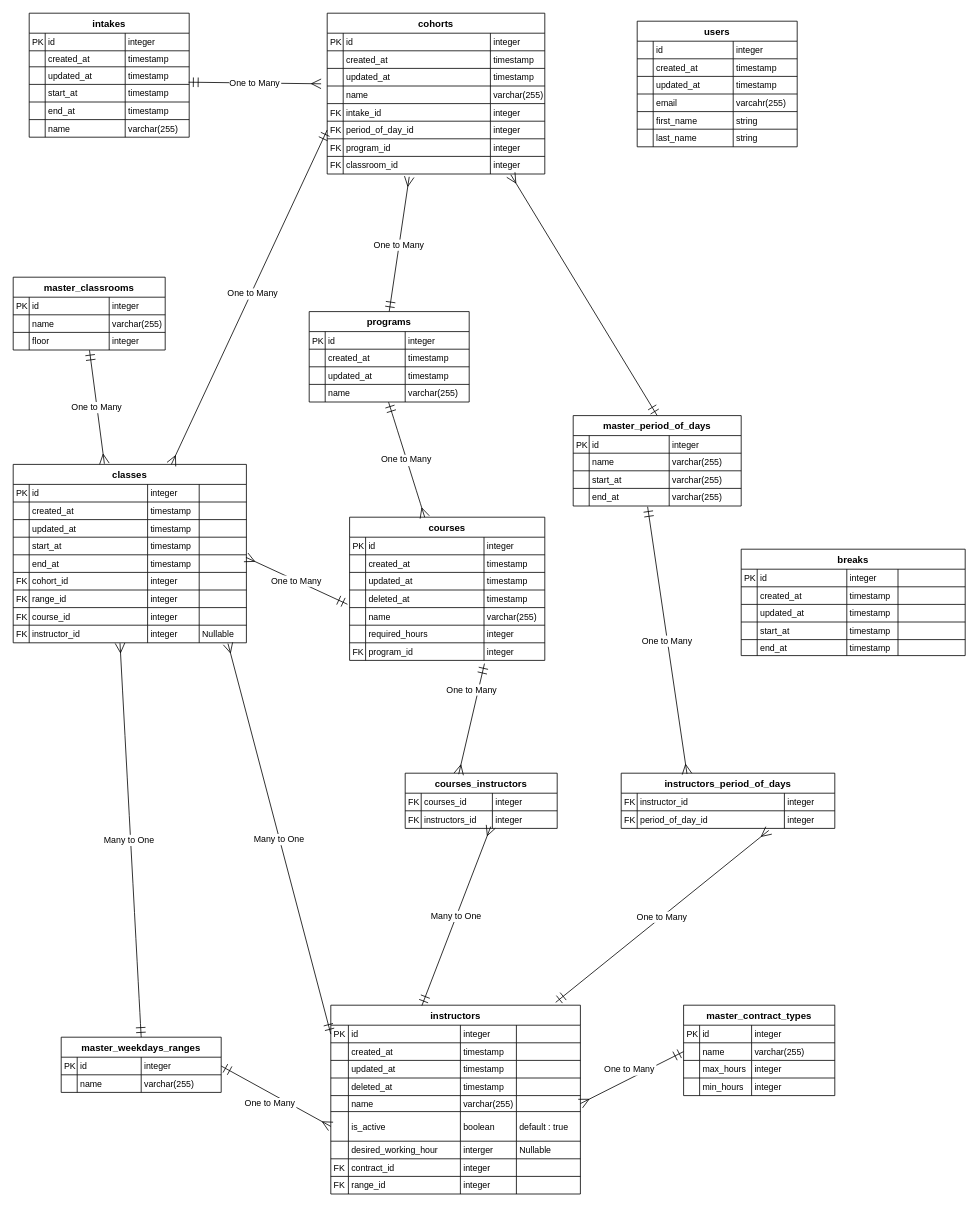
kanta1207/program-schedular-app keeps this draw.io diagram as docs/backend/database/ERD.drawio. Above is the earlier version. Source tidied: cells renumbered, new cells numbered last; positions are measured from the earlier drawing's top-left corner, leaving out a move shared by most shapes. Both pictures are drawn from the tidied source at 80%, with x=0, y=0 at pixel (13, 13).
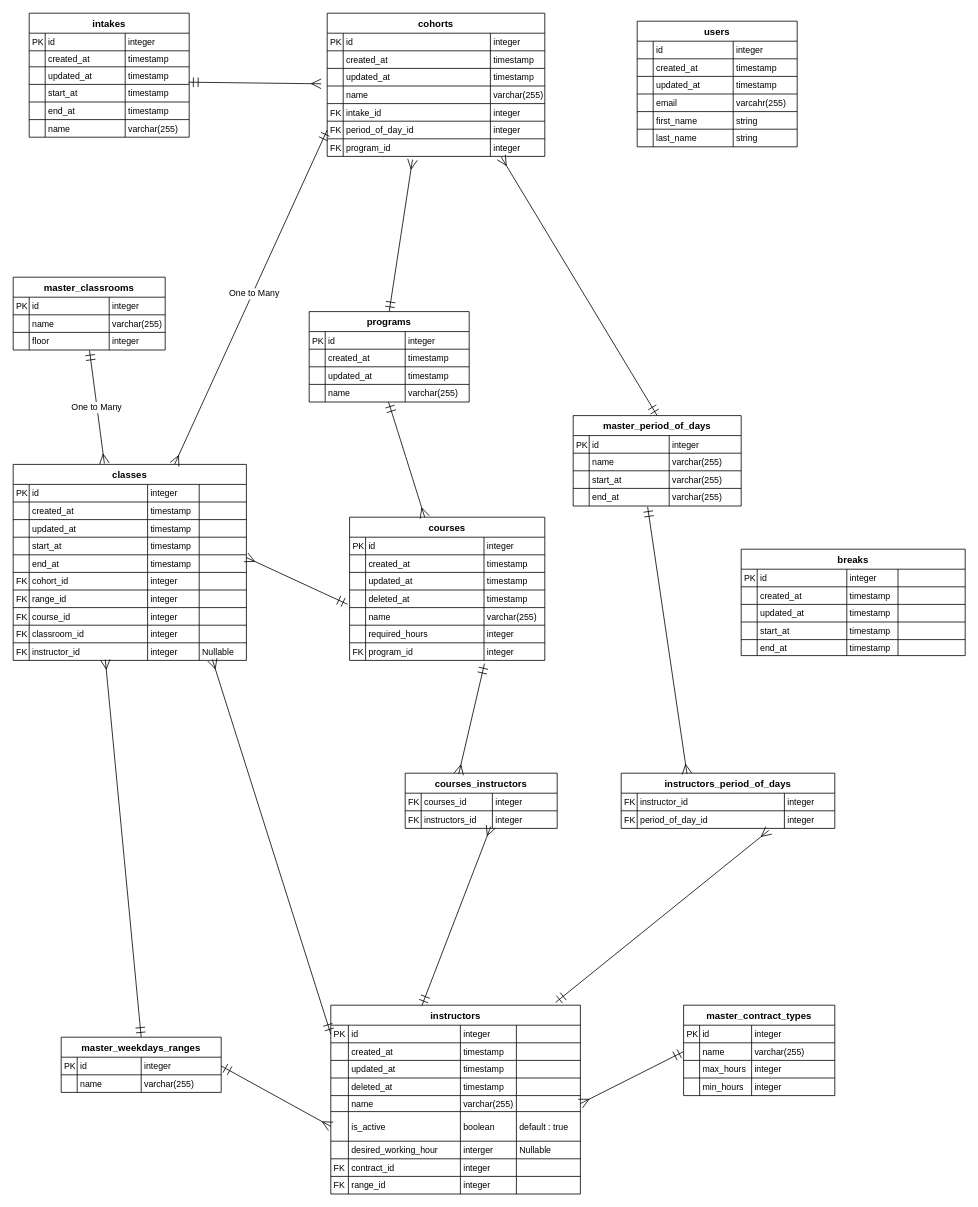
Above is the later version.

Commit message:
fix : add classroom id to classes, remove it from cohorts

The change refers to these unchanged cells:
```xml
<mxCell id="15" style="shape=tableRow;horizontal=0;startSize=0;swimlaneHead=0;swimlaneBody=0;fillColor=none;points=[[0,0.5],[1,0.5]];portConstraint=eastwest;top=0;left=0;right=0;bottom=0;" parent="2" vertex="1">
  <mxGeometry y="89" width="200" height="22" as="geometry" />
</mxCell>
<mxCell id="40" style="shape=tableRow;horizontal=0;startSize=0;swimlaneHead=0;swimlaneBody=0;fillColor=none;points=[[0,0.5],[1,0.5]];portConstraint=eastwest;top=0;left=0;right=0;bottom=0;" parent="27" vertex="1">
  <mxGeometry y="91" width="272" height="22" as="geometry" />
</mxCell>
<mxCell id="52" style="shape=tableRow;horizontal=0;startSize=0;swimlaneHead=0;swimlaneBody=0;fillColor=none;points=[[0,0.5],[1,0.5]];portConstraint=eastwest;top=0;left=0;right=0;bottom=0;" parent="27" vertex="1">
  <mxGeometry y="157" width="272" height="22" as="geometry" />
</mxCell>
<mxCell id="60" value="programs" style="shape=table;startSize=25;childLayout=tableLayout;rowLines=1;fontStyle=1;align=center;" parent="1" vertex="1">
  <mxGeometry x="370" y="373" width="200" height="113" as="geometry" />
</mxCell>
<mxCell id="98" style="shape=tableRow;horizontal=0;startSize=0;swimlaneHead=0;swimlaneBody=0;fillColor=none;points=[[0,0.5],[1,0.5]];portConstraint=eastwest;top=0;left=0;right=0;bottom=0;" parent="77" vertex="1">
  <mxGeometry y="113" width="291.5" height="22" as="geometry" />
</mxCell>
<mxCell id="123" value="courses" style="shape=table;startSize=25;childLayout=tableLayout;rowLines=1;fontStyle=1;align=center;" parent="1" vertex="1">
  <mxGeometry x="420.5" y="630" width="244" height="179" as="geometry" />
</mxCell>
<mxCell id="140" style="shape=tableRow;horizontal=0;startSize=0;swimlaneHead=0;swimlaneBody=0;fillColor=none;points=[[0,0.5],[1,0.5]];portConstraint=eastwest;top=0;left=0;right=0;bottom=0;" parent="123" vertex="1">
  <mxGeometry y="113" width="244" height="22" as="geometry" />
</mxCell>
<mxCell id="148" style="shape=tableRow;horizontal=0;startSize=0;swimlaneHead=0;swimlaneBody=0;fillColor=none;points=[[0,0.5],[1,0.5]];portConstraint=eastwest;top=0;left=0;right=0;bottom=0;" parent="123" vertex="1">
  <mxGeometry y="157" width="244" height="22" as="geometry" />
</mxCell>
<mxCell id="165" value="instructors" style="shape=table;startSize=25;childLayout=tableLayout;rowLines=1;fontStyle=1;align=center;" parent="1" vertex="1">
  <mxGeometry x="397" y="1240" width="312" height="236" as="geometry" />
</mxCell>
<mxCell id="166" style="shape=tableRow;horizontal=0;startSize=0;swimlaneHead=0;swimlaneBody=0;fillColor=none;points=[[0,0.5],[1,0.5]];portConstraint=eastwest;top=0;left=0;right=0;bottom=0;" parent="165" vertex="1">
  <mxGeometry y="25" width="312" height="22" as="geometry" />
</mxCell>
<mxCell id="186" style="shape=tableRow;horizontal=0;startSize=0;swimlaneHead=0;swimlaneBody=0;fillColor=none;points=[[0,0.5],[1,0.5]];portConstraint=eastwest;top=0;left=0;right=0;bottom=0;" parent="165" vertex="1">
  <mxGeometry y="113" width="312" height="20" as="geometry" />
</mxCell>
<mxCell id="191" style="shape=tableRow;horizontal=0;startSize=0;swimlaneHead=0;swimlaneBody=0;fillColor=none;points=[[0,0.5],[1,0.5]];portConstraint=eastwest;top=0;left=0;right=0;bottom=0;" parent="165" vertex="1">
  <mxGeometry y="133" width="312" height="37" as="geometry" />
</mxCell>
<mxCell id="211" value="courses_instructors" style="shape=table;startSize=25;childLayout=tableLayout;rowLines=1;fontStyle=1;align=center;" parent="1" vertex="1">
  <mxGeometry x="490" y="950" width="190" height="69" as="geometry" />
</mxCell>
<mxCell id="216" style="shape=tableRow;horizontal=0;startSize=0;swimlaneHead=0;swimlaneBody=0;fillColor=none;points=[[0,0.5],[1,0.5]];portConstraint=eastwest;top=0;left=0;right=0;bottom=0;" parent="211" vertex="1">
  <mxGeometry y="47" width="190" height="22" as="geometry" />
</mxCell>
<mxCell id="220" value="master_period_of_days" style="shape=table;startSize=25;childLayout=tableLayout;rowLines=1;fontStyle=1;align=center;" parent="1" vertex="1">
  <mxGeometry x="700" y="503" width="210" height="113" as="geometry" />
</mxCell>
<mxCell id="233" style="shape=tableRow;horizontal=0;startSize=0;swimlaneHead=0;swimlaneBody=0;fillColor=none;points=[[0,0.5],[1,0.5]];portConstraint=eastwest;top=0;left=0;right=0;bottom=0;" parent="220" vertex="1">
  <mxGeometry y="91" width="210" height="22" as="geometry" />
</mxCell>
<mxCell id="237" value="instructors_period_of_days" style="shape=table;startSize=25;childLayout=tableLayout;rowLines=1;fontStyle=1;align=center;" parent="1" vertex="1">
  <mxGeometry x="760" y="950" width="267" height="69" as="geometry" />
</mxCell>
<mxCell id="242" style="shape=tableRow;horizontal=0;startSize=0;swimlaneHead=0;swimlaneBody=0;fillColor=none;points=[[0,0.5],[1,0.5]];portConstraint=eastwest;top=0;left=0;right=0;bottom=0;" parent="237" vertex="1">
  <mxGeometry y="47" width="267" height="22" as="geometry" />
</mxCell>
<mxCell id="251" style="shape=tableRow;horizontal=0;startSize=0;swimlaneHead=0;swimlaneBody=0;fillColor=none;points=[[0,0.5],[1,0.5]];portConstraint=eastwest;top=0;left=0;right=0;bottom=0;" parent="246" vertex="1">
  <mxGeometry y="47" width="189" height="22" as="geometry" />
</mxCell>
<mxCell id="263" value="master_weekdays_ranges" style="shape=table;startSize=25;childLayout=tableLayout;rowLines=1;fontStyle=1;align=center;" parent="1" vertex="1">
  <mxGeometry x="60" y="1280" width="200" height="69" as="geometry" />
</mxCell>
<mxCell id="264" style="shape=tableRow;horizontal=0;startSize=0;swimlaneHead=0;swimlaneBody=0;fillColor=none;points=[[0,0.5],[1,0.5]];portConstraint=eastwest;top=0;left=0;right=0;bottom=0;" parent="263" vertex="1">
  <mxGeometry y="25" width="200" height="22" as="geometry" />
</mxCell>
```

Change to the diagram source:
```diff
@@
     <mxCell id="27" value="cohorts" style="shape=table;startSize=25;childLayout=tableLayout;rowLines=1;fontStyle=1;align=center;" parent="1" vertex="1">
-      <mxGeometry x="392.5" width="272" height="201" as="geometry" />
+      <mxGeometry x="392.5" width="272" height="179" as="geometry" />
     </mxCell>
@@
-    <mxCell id="56" style="shape=tableRow;horizontal=0;startSize=0;swimlaneHead=0;swimlaneBody=0;fillColor=none;points=[[0,0.5],[1,0.5]];portConstraint=eastwest;top=0;left=0;right=0;bottom=0;" parent="27" vertex="1">
-      <mxGeometry y="179" width="272" height="22" as="geometry" />
-    </mxCell>
-    <mxCell id="57" value="FK" style="shape=partialRectangle;fillColor=none;top=0;left=0;bottom=0;right=0;align=left;spacingLeft=2;overflow=hidden;fontSize=11;" parent="56" vertex="1">
-      <mxGeometry width="20" height="22" as="geometry" />
-    </mxCell>
-    <mxCell id="58" value="classroom_id" style="shape=partialRectangle;fillColor=none;top=0;left=0;bottom=0;right=0;align=left;spacingLeft=2;overflow=hidden;fontSize=11;" parent="56" vertex="1">
-      <mxGeometry x="20" width="184" height="22" as="geometry" />
-    </mxCell>
-    <mxCell id="59" value="integer" style="shape=partialRectangle;fillColor=none;top=0;left=0;bottom=0;right=0;align=left;spacingLeft=2;overflow=hidden;fontSize=11;" parent="56" vertex="1">
-      <mxGeometry x="204" width="68" height="22" as="geometry" />
-    </mxCell>
@@
     <mxCell id="77" value="classes" style="shape=table;startSize=25;childLayout=tableLayout;rowLines=1;fontStyle=1;align=center;" parent="1" vertex="1">
-      <mxGeometry y="564" width="291.5" height="223" as="geometry" />
+      <mxGeometry y="564" width="291.5" height="245" as="geometry" />
     </mxCell>
@@
+    <mxCell id="338" style="shape=tableRow;horizontal=0;startSize=0;swimlaneHead=0;swimlaneBody=0;fillColor=none;top=0;left=0;right=0;bottom=0;" parent="77" vertex="1">
+      <mxGeometry y="201" width="291.5" height="22" as="geometry" />
+    </mxCell>
+    <mxCell id="57" value="FK" style="shape=partialRectangle;fillColor=none;top=0;left=0;bottom=0;right=0;align=left;spacingLeft=2;overflow=hidden;fontSize=11;" parent="338" vertex="1">
+      <mxGeometry width="20" height="22" as="geometry" />
+    </mxCell>
+    <mxCell id="58" value="classroom_id" style="shape=partialRectangle;fillColor=none;top=0;left=0;bottom=0;right=0;align=left;spacingLeft=2;overflow=hidden;fontSize=11;" parent="338" vertex="1">
+      <mxGeometry x="20" width="148" height="22" as="geometry" />
+    </mxCell>
+    <mxCell id="59" value="integer" style="shape=partialRectangle;fillColor=none;top=0;left=0;bottom=0;right=0;align=left;spacingLeft=2;overflow=hidden;fontSize=11;" parent="338" vertex="1">
+      <mxGeometry x="168" width="64.5" height="22" as="geometry" />
+    </mxCell>
+    <mxCell id="339" style="shape=partialRectangle;fillColor=none;top=0;left=0;bottom=0;right=0;align=left;spacingLeft=2;overflow=hidden;fontSize=11;" parent="338" vertex="1">
+      <mxGeometry x="232.5" width="59" height="22" as="geometry" />
+    </mxCell>
     <mxCell id="118" style="shape=tableRow;horizontal=0;startSize=0;swimlaneHead=0;swimlaneBody=0;fillColor=none;points=[[0,0.5],[1,0.5]];portConstraint=eastwest;top=0;left=0;right=0;bottom=0;" parent="77" vertex="1">
-      <mxGeometry y="201" width="291.5" height="22" as="geometry" />
+      <mxGeometry y="223" width="291.5" height="22" as="geometry" />
     </mxCell>
@@
-    <mxCell id="297" value="One to Many" style="startArrow=ERmandOne;startSize=10;endArrow=ERmany;endSize=10;rounded=0;entryX=-0.028;entryY=-0.125;entryDx=0;entryDy=0;exitX=0.996;exitY=-0.125;exitDx=0;exitDy=0;exitPerimeter=0;entryPerimeter=0;" parent="1" edge="1" source="15" target="40">
+    <mxCell id="297" style="startArrow=ERmandOne;startSize=10;endArrow=ERmany;endSize=10;rounded=0;entryX=-0.028;entryY=-0.125;entryDx=0;entryDy=0;exitX=0.996;exitY=-0.125;exitDx=0;exitDy=0;exitPerimeter=0;entryPerimeter=0;" parent="1" edge="1" source="15" target="40">
       <mxGeometry relative="1" as="geometry" />
     </mxCell>
-    <mxCell id="298" value="One to Many" style="startArrow=ERmandOne;startSize=10;endArrow=ERmany;endSize=10;exitX=0.5;exitY=0;rounded=0;exitDx=0;exitDy=0;entryX=0.377;entryY=1.159;entryDx=0;entryDy=0;entryPerimeter=0;" parent="1" edge="1" source="60" target="56">
+    <mxCell id="298" style="startArrow=ERmandOne;startSize=10;endArrow=ERmany;endSize=10;exitX=0.5;exitY=0;rounded=0;exitDx=0;exitDy=0;entryX=0.392;entryY=1.182;entryDx=0;entryDy=0;entryPerimeter=0;" parent="1" edge="1" source="60" target="52">
       <mxGeometry relative="1" as="geometry" />
     </mxCell>
@@
-    <mxCell id="300" value="One to Many" style="curved=1;startArrow=ERmandOne;startSize=10;endArrow=ERmany;endSize=10;exitX=0.49578450520833334;exitY=1;rounded=0;" parent="1" edge="1" source="60" target="123">
-      <mxGeometry relative="1" as="geometry" />
+    <mxCell id="300" style="curved=1;startArrow=ERmandOne;startSize=10;endArrow=ERmany;endSize=10;exitX=0.49578450520833334;exitY=1;rounded=0;" parent="1" edge="1" source="60" target="123">
+      <mxGeometry x="-0.06" y="-22" relative="1" as="geometry" />
     </mxCell>
-    <mxCell id="301" value="Many to One" style="startArrow=ERmany;startSize=10;endArrow=ERmandOne;endSize=10;exitX=0.921;exitY=1.045;entryX=0;entryY=0.5;rounded=0;entryDx=0;entryDy=0;exitDx=0;exitDy=0;exitPerimeter=0;" parent="1" edge="1" source="118" target="166">
+    <mxCell id="301" style="startArrow=ERmany;startSize=10;endArrow=ERmandOne;endSize=10;entryX=0;entryY=0.5;rounded=0;entryDx=0;entryDy=0;exitX=0.854;exitY=0.955;exitDx=0;exitDy=0;exitPerimeter=0;" parent="1" edge="1" source="118" target="166">
       <mxGeometry relative="1" as="geometry" />
     </mxCell>
-    <mxCell id="302" value="One to Many" style="startArrow=ERmandOne;startSize=10;endArrow=ERmany;endSize=10;exitX=-0.011;exitY=-0.189;entryX=0.998;entryY=0.146;rounded=0;exitDx=0;exitDy=0;exitPerimeter=0;entryDx=0;entryDy=0;entryPerimeter=0;" parent="1" edge="1" source="140" target="98">
+    <mxCell id="302" style="startArrow=ERmandOne;startSize=10;endArrow=ERmany;endSize=10;exitX=-0.011;exitY=-0.189;entryX=0.998;entryY=0.146;rounded=0;exitDx=0;exitDy=0;exitPerimeter=0;entryDx=0;entryDy=0;entryPerimeter=0;" parent="1" edge="1" source="140" target="98">
       <mxGeometry relative="1" as="geometry" />
     </mxCell>
-    <mxCell id="303" value="One to Many" style="startArrow=ERmandOne;startSize=10;endArrow=ERmany;endSize=10;entryX=0.352;entryY=0.018;rounded=0;entryDx=0;entryDy=0;entryPerimeter=0;exitX=0.691;exitY=1.182;exitDx=0;exitDy=0;exitPerimeter=0;" parent="1" edge="1" source="148" target="211">
+    <mxCell id="303" style="startArrow=ERmandOne;startSize=10;endArrow=ERmany;endSize=10;entryX=0.352;entryY=0.018;rounded=0;entryDx=0;entryDy=0;entryPerimeter=0;exitX=0.691;exitY=1.182;exitDx=0;exitDy=0;exitPerimeter=0;" parent="1" edge="1" source="148" target="211">
       <mxGeometry x="-0.51" y="-8" relative="1" as="geometry" />
     </mxCell>
-    <mxCell id="304" style="startArrow=ERmandOne;startSize=10;endArrow=ERmany;endSize=10;exitX=0.5;exitY=0;entryX=0.844;entryY=1.045;rounded=0;entryDx=0;entryDy=0;entryPerimeter=0;exitDx=0;exitDy=0;" parent="1" edge="1" source="220" target="56">
+    <mxCell id="304" style="startArrow=ERmandOne;startSize=10;endArrow=ERmany;endSize=10;exitX=0.5;exitY=0;rounded=0;exitDx=0;exitDy=0;entryX=0.8;entryY=1.045;entryDx=0;entryDy=0;entryPerimeter=0;" parent="1" edge="1" source="220" target="52">
       <mxGeometry x="0.43" y="-6" relative="1" as="geometry" />
     </mxCell>
-    <mxCell id="305" value="One to Many" style="startArrow=ERmandOne;startSize=10;endArrow=ERmany;endSize=10;entryX=0.308;entryY=0.013;rounded=0;entryDx=0;entryDy=0;entryPerimeter=0;exitX=0.443;exitY=1.045;exitDx=0;exitDy=0;exitPerimeter=0;" parent="1" edge="1" source="233" target="237">
+    <mxCell id="305" style="startArrow=ERmandOne;startSize=10;endArrow=ERmany;endSize=10;entryX=0.308;entryY=0.013;rounded=0;entryDx=0;entryDy=0;entryPerimeter=0;exitX=0.443;exitY=1.045;exitDx=0;exitDy=0;exitPerimeter=0;" parent="1" edge="1" source="233" target="237">
       <mxGeometry relative="1" as="geometry" />
     </mxCell>
-    <mxCell id="306" value="One to Many" style="startArrow=ERmandOne;startSize=10;endArrow=ERmany;endSize=10;exitX=0.901;exitY=-0.015;rounded=0;exitDx=0;exitDy=0;entryX=0.691;entryY=1.114;entryDx=0;entryDy=0;entryPerimeter=0;exitPerimeter=0;" parent="1" edge="1" source="165" target="242">
+    <mxCell id="306" style="startArrow=ERmandOne;startSize=10;endArrow=ERmany;endSize=10;exitX=0.901;exitY=-0.015;rounded=0;exitDx=0;exitDy=0;entryX=0.691;entryY=1.114;entryDx=0;entryDy=0;entryPerimeter=0;exitPerimeter=0;" parent="1" edge="1" source="165" target="242">
       <mxGeometry relative="1" as="geometry" />
     </mxCell>
-    <mxCell id="307" value="Many to One" style="startArrow=ERmandOne;startSize=10;endArrow=ERmany;endSize=10;entryX=0.563;entryY=0.898;rounded=0;entryDx=0;entryDy=0;entryPerimeter=0;exitX=0.365;exitY=0.002;exitDx=0;exitDy=0;exitPerimeter=0;" parent="1" edge="1" source="165" target="216">
+    <mxCell id="307" style="startArrow=ERmandOne;startSize=10;endArrow=ERmany;endSize=10;entryX=0.563;entryY=0.898;rounded=0;entryDx=0;entryDy=0;entryPerimeter=0;exitX=0.365;exitY=0.002;exitDx=0;exitDy=0;exitPerimeter=0;" parent="1" edge="1" source="165" target="216">
       <mxGeometry relative="1" as="geometry" />
     </mxCell>
-    <mxCell id="308" value="One to Many" style="startArrow=ERmandOne;startSize=10;endArrow=ERmany;endSize=10;exitX=0;exitY=0.5;entryX=1;entryY=0.5;rounded=0;exitDx=0;exitDy=0;entryDx=0;entryDy=0;" parent="1" edge="1" source="251" target="186">
+    <mxCell id="308" style="startArrow=ERmandOne;startSize=10;endArrow=ERmany;endSize=10;exitX=0;exitY=0.5;entryX=1;entryY=0.5;rounded=0;exitDx=0;exitDy=0;entryDx=0;entryDy=0;" parent="1" edge="1" source="251" target="186">
       <mxGeometry x="-0.03" y="-11" relative="1" as="geometry" />
     </mxCell>
-    <mxCell id="309" value="Many to One " style="curved=1;startArrow=ERmandOne;startSize=10;endArrow=ERmany;endSize=10;entryX=0.458;entryY=1.023;rounded=0;entryDx=0;entryDy=0;exitX=0.5;exitY=0;exitDx=0;exitDy=0;entryPerimeter=0;" parent="1" edge="1" source="263" target="118">
+    <mxCell id="309" style="curved=1;startArrow=ERmandOne;startSize=10;endArrow=ERmany;endSize=10;entryX=0.395;entryY=0.955;rounded=0;entryDx=0;entryDy=0;exitX=0.5;exitY=0;exitDx=0;exitDy=0;entryPerimeter=0;" parent="1" edge="1" source="263" target="118">
       <mxGeometry relative="1" as="geometry" />
     </mxCell>
@@
-    <mxCell id="311" value="One to Many" style="startArrow=ERmandOne;startSize=10;endArrow=ERmany;endSize=10;exitX=1;exitY=0.5;rounded=0;exitDx=0;exitDy=0;entryX=0;entryY=0.5;entryDx=0;entryDy=0;" parent="1" edge="1" source="264" target="191">
+    <mxCell id="311" style="startArrow=ERmandOne;startSize=10;endArrow=ERmany;endSize=10;exitX=1;exitY=0.5;rounded=0;exitDx=0;exitDy=0;entryX=0;entryY=0.5;entryDx=0;entryDy=0;" parent="1" edge="1" source="264" target="191">
       <mxGeometry x="-0.03" y="-11" relative="1" as="geometry" />
     </mxCell>
```
